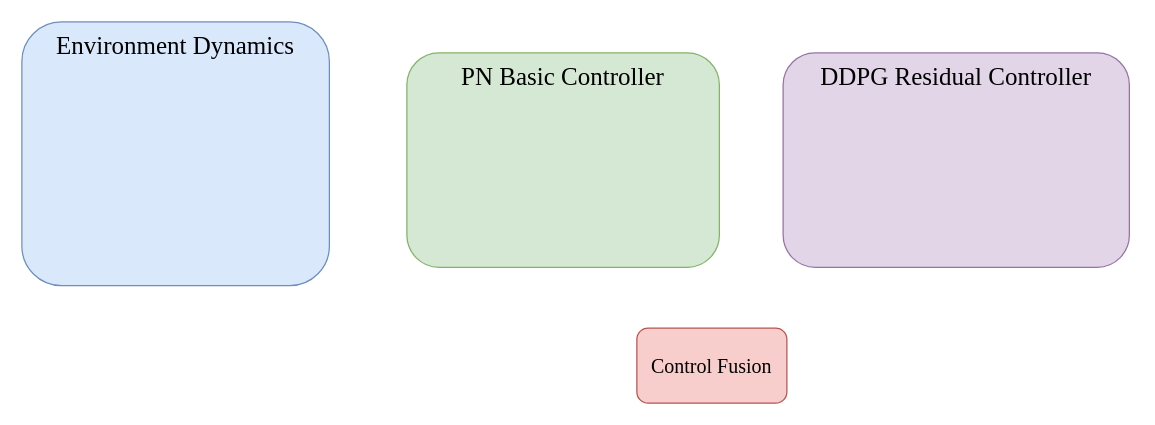
Above: 残差控制架构设计.drawio in master-fency/plot (draw.io), before the change. Source tidied: cells renumbered, new cells numbered last; positions are measured from the earlier drawing's top-left corner, leaving out a move shared by most shapes. Both pictures are drawn from the tidied source at 125%, with x=0, y=0 at pixel (21, 21).
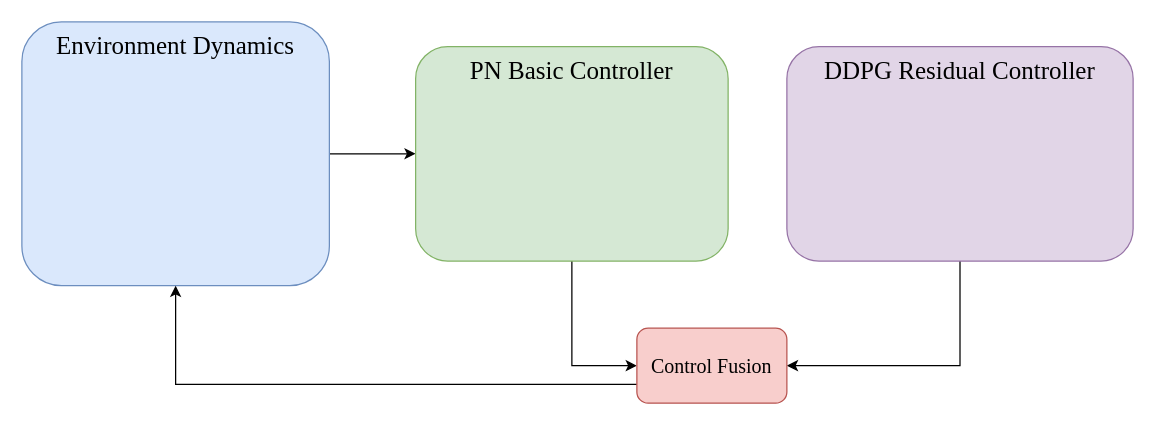
After the change.

Commit message (it also covers changes not shown here):
更新残差控制架构设计.drawio

The edit, as a diff of the source:
```diff
@@
 <mxGraphModel>
   <root>
     <mxCell id="0" />
     <mxCell id="1" parent="0" />
+    <mxCell id="6" style="edgeStyle=orthogonalEdgeStyle;rounded=0;jettySize=auto;html=1;exitX=1;exitY=0.5;exitDx=0;exitDy=0;entryX=0;entryY=0.5;entryDx=0;entryDy=0;fontFamily=Helvetica;fontSize=12;fontColor=default;" parent="1" edge="1" source="2" target="3">
+      <mxGeometry relative="1" as="geometry" />
+    </mxCell>
     <mxCell id="2" value="&lt;font face=&quot;Times New Roman&quot; style=&quot;font-size: 20px;&quot;&gt;Environment Dynamics&lt;/font&gt;" style="rounded=1;whiteSpace=wrap;html=1;fillColor=#dae8fc;strokeColor=#6c8ebf;verticalAlign=top;" parent="1" vertex="1">
       <mxGeometry width="246" height="211" as="geometry" />
     </mxCell>
+    <mxCell id="7" style="edgeStyle=orthogonalEdgeStyle;rounded=0;jettySize=auto;html=1;exitX=0.5;exitY=1;exitDx=0;exitDy=0;entryX=0;entryY=0.5;entryDx=0;entryDy=0;fontFamily=Helvetica;fontSize=12;fontColor=default;" parent="1" edge="1" source="3" target="5">
+      <mxGeometry relative="1" as="geometry" />
+    </mxCell>
     <mxCell id="3" value="&lt;font face=&quot;Times New Roman&quot; style=&quot;font-size: 20px;&quot;&gt;PN Basic Controller&lt;/font&gt;" style="rounded=1;whiteSpace=wrap;html=1;fillColor=#d5e8d4;strokeColor=#82b366;verticalAlign=top;" parent="1" vertex="1">
-      <mxGeometry x="308" y="24.8" width="250" height="171.5" as="geometry" />
+      <mxGeometry x="315" y="19.8" width="250" height="171.5" as="geometry" />
     </mxCell>
+    <mxCell id="8" style="edgeStyle=orthogonalEdgeStyle;rounded=0;jettySize=auto;html=1;exitX=0.5;exitY=1;exitDx=0;exitDy=0;entryX=1;entryY=0.5;entryDx=0;entryDy=0;fontFamily=Helvetica;fontSize=12;fontColor=default;" parent="1" edge="1" source="4" target="5">
+      <mxGeometry relative="1" as="geometry" />
+    </mxCell>
     <mxCell id="4" value="&lt;font face=&quot;Times New Roman&quot; style=&quot;font-size: 20px;&quot;&gt;DDPG Residual Controller&lt;/font&gt;" style="rounded=1;whiteSpace=wrap;html=1;fillColor=#e1d5e7;strokeColor=#9673a6;verticalAlign=top;" parent="1" vertex="1">
-      <mxGeometry x="609" y="24.8" width="277" height="171.5" as="geometry" />
+      <mxGeometry x="612" y="19.8" width="277" height="171.5" as="geometry" />
     </mxCell>
+    <mxCell id="9" style="edgeStyle=orthogonalEdgeStyle;rounded=0;jettySize=auto;html=1;exitX=0;exitY=0.75;exitDx=0;exitDy=0;entryX=0.5;entryY=1;entryDx=0;entryDy=0;fontFamily=Helvetica;fontSize=12;fontColor=default;" parent="1" edge="1" source="5" target="2">
+      <mxGeometry relative="1" as="geometry" />
+    </mxCell>
     <mxCell id="5" value="&lt;font style=&quot;font-size: 16px;&quot; face=&quot;Times New Roman&quot;&gt;Control Fusion&lt;/font&gt;" style="rounded=1;whiteSpace=wrap;html=1;fillColor=#f8cecc;strokeColor=#b85450;" parent="1" vertex="1">
       <mxGeometry x="492" y="245" width="120" height="60" as="geometry" />
     </mxCell>
   </root>
 </mxGraphModel>
```
